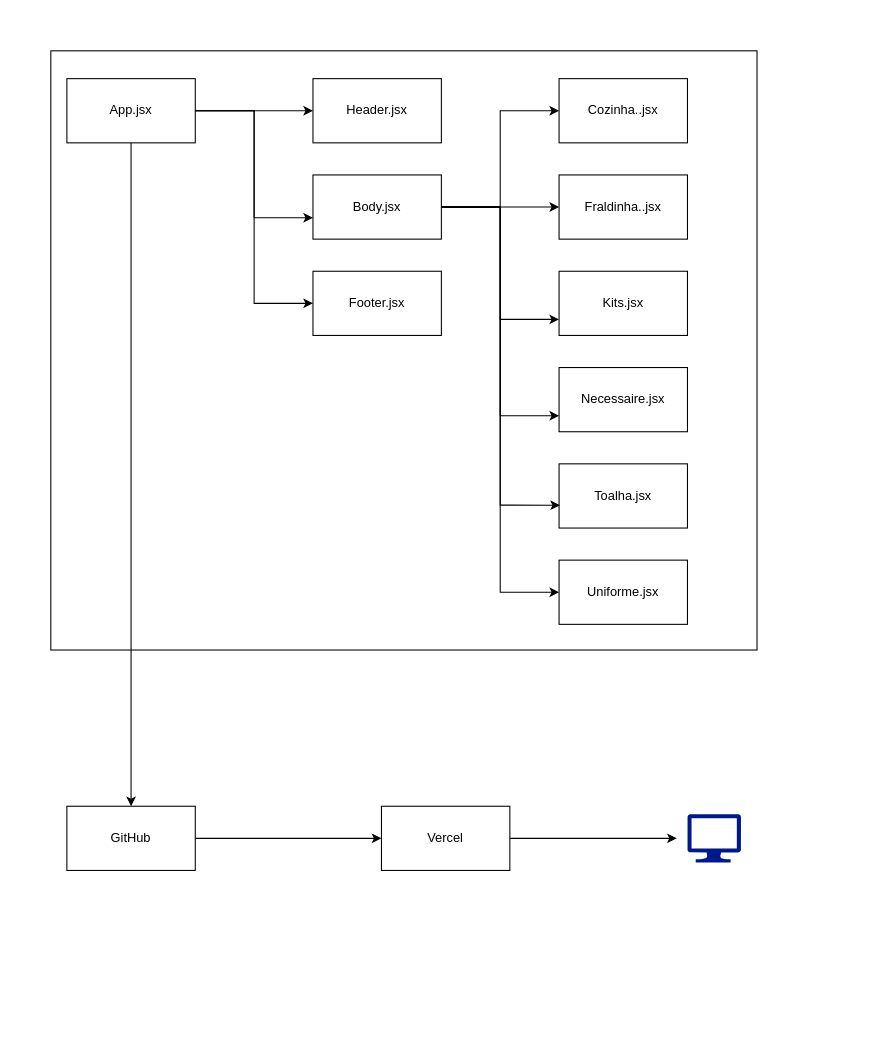
Earlier version of the draw.io diagram Diagrama sem nome.drawio (DevSchoof/Ext_Comput_Nuvem). Source tidied: cells renumbered, new cells numbered last; positions are measured from the earlier drawing's top-left corner, leaving out a move shared by most shapes. Both pictures are drawn from the tidied source at 107%, with x=0, y=0 at pixel (50, 50).
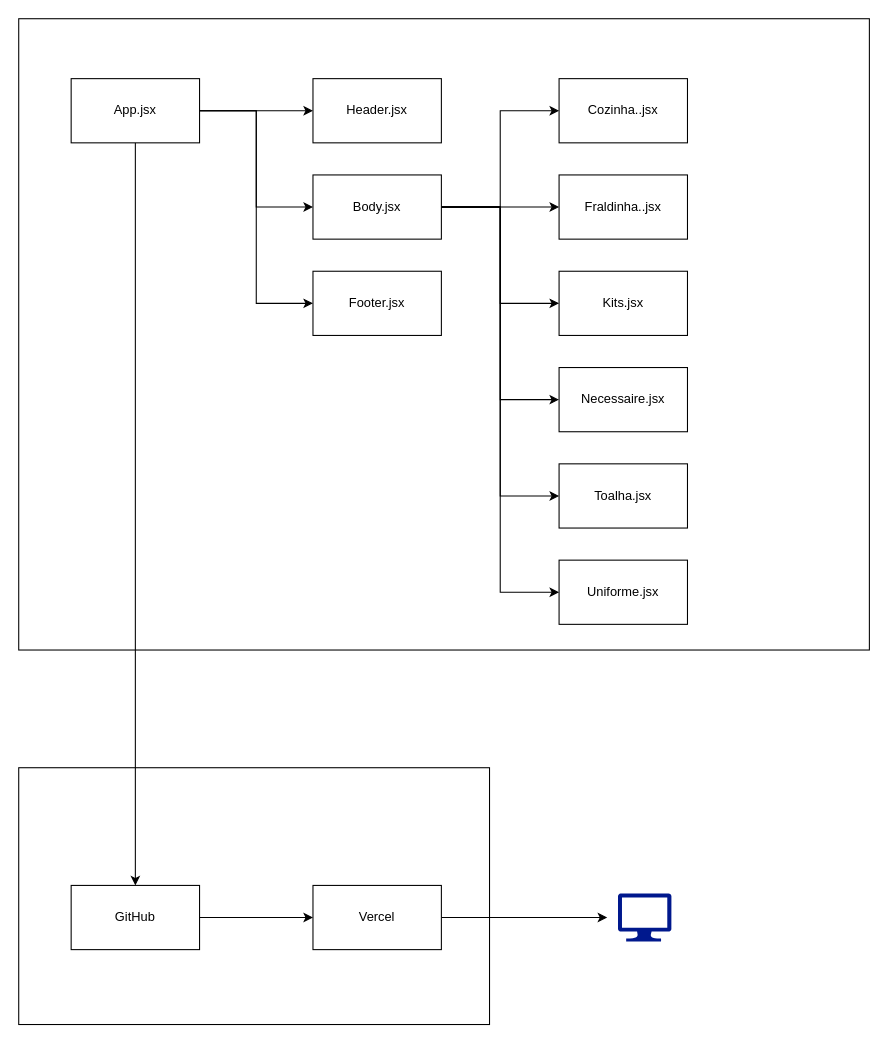
The same page after the edit.

The change refers to these unchanged cells:
```xml
<mxCell id="13" value="Body.jsx" style="rounded=0;whiteSpace=wrap;html=1;" parent="1" vertex="1">
  <mxGeometry x="245" y="116" width="120" height="60" as="geometry" />
</mxCell>
<mxCell id="17" value="Kits.jsx" style="rounded=0;whiteSpace=wrap;html=1;" parent="1" vertex="1">
  <mxGeometry x="475" y="206" width="120" height="60" as="geometry" />
</mxCell>
<mxCell id="18" value="Necessaire.jsx" style="rounded=0;whiteSpace=wrap;html=1;" parent="1" vertex="1">
  <mxGeometry x="475" y="296" width="120" height="60" as="geometry" />
</mxCell>
<mxCell id="19" value="Toalha.jsx" style="rounded=0;whiteSpace=wrap;html=1;" parent="1" vertex="1">
  <mxGeometry x="475" y="386" width="120" height="60" as="geometry" />
</mxCell>
```

The edit, as a diff of the source:
```diff
@@
+    <mxCell id="28" style="rounded=0;whiteSpace=wrap;html=1;" parent="1" vertex="1">
+      <mxGeometry x="-30" y="670" width="440" height="240" as="geometry" />
+    </mxCell>
     <mxCell id="2" style="rounded=0;whiteSpace=wrap;html=1;" parent="1" vertex="1">
-      <mxGeometry width="660" height="560" as="geometry" />
+      <mxGeometry x="-30" y="-30" width="795" height="590" as="geometry" />
     </mxCell>
@@
+    <mxCell id="22" style="edgeStyle=orthogonalEdgeStyle;rounded=0;jettySize=auto;html=1;entryX=0;entryY=0.5;entryDx=0;entryDy=0;" parent="1" edge="1" source="6" target="13">
+      <mxGeometry relative="1" as="geometry" />
+    </mxCell>
     <mxCell id="6" value="App.jsx" style="rounded=0;whiteSpace=wrap;html=1;" parent="1" vertex="1">
-      <mxGeometry x="15" y="26" width="120" height="60" as="geometry" />
+      <mxGeometry x="19" y="26" width="120" height="60" as="geometry" />
     </mxCell>
@@
-    <mxCell id="9" style="edgeStyle=orthogonalEdgeStyle;rounded=0;jettySize=auto;html=1;entryX=0;entryY=0.75;entryDx=0;entryDy=0;" parent="1" edge="1" source="13" target="17">
-      <mxGeometry relative="1" as="geometry" />
-    </mxCell>
-    <mxCell id="10" style="edgeStyle=orthogonalEdgeStyle;rounded=0;jettySize=auto;html=1;entryX=0;entryY=0.75;entryDx=0;entryDy=0;" parent="1" edge="1" source="13" target="18">
-      <mxGeometry relative="1" as="geometry" />
-    </mxCell>
@@
+    <mxCell id="9" style="edgeStyle=orthogonalEdgeStyle;rounded=0;jettySize=auto;html=1;entryX=0;entryY=0.5;entryDx=0;entryDy=0;" parent="1" edge="1" source="13" target="17">
+      <mxGeometry relative="1" as="geometry" />
+    </mxCell>
+    <mxCell id="21" style="edgeStyle=orthogonalEdgeStyle;rounded=0;jettySize=auto;html=1;entryX=0;entryY=0.5;entryDx=0;entryDy=0;" parent="1" edge="1" source="13" target="19">
+      <mxGeometry relative="1" as="geometry" />
+    </mxCell>
+    <mxCell id="10" style="edgeStyle=orthogonalEdgeStyle;rounded=0;jettySize=auto;html=1;entryX=0;entryY=0.5;entryDx=0;entryDy=0;" parent="1" edge="1" source="13" target="18">
+      <mxGeometry relative="1" as="geometry" />
+    </mxCell>
@@
-    <mxCell id="21" style="edgeStyle=orthogonalEdgeStyle;rounded=0;jettySize=auto;html=1;entryX=0.007;entryY=0.644;entryDx=0;entryDy=0;entryPerimeter=0;" parent="1" edge="1" source="13" target="19">
-      <mxGeometry relative="1" as="geometry" />
-    </mxCell>
-    <mxCell id="22" style="edgeStyle=orthogonalEdgeStyle;rounded=0;jettySize=auto;html=1;entryX=0;entryY=0.667;entryDx=0;entryDy=0;entryPerimeter=0;" parent="1" edge="1" source="6" target="13">
-      <mxGeometry relative="1" as="geometry" />
-    </mxCell>
@@
     <mxCell id="24" value="GitHub" style="rounded=0;whiteSpace=wrap;html=1;" parent="1" vertex="1">
-      <mxGeometry x="15" y="706" width="120" height="60" as="geometry" />
+      <mxGeometry x="19" y="780" width="120" height="60" as="geometry" />
     </mxCell>
     <mxCell id="25" style="edgeStyle=orthogonalEdgeStyle;rounded=0;jettySize=auto;html=1;" parent="1" edge="1" source="26">
       <mxGeometry relative="1" as="geometry">
-        <mxPoint x="585" y="736" as="targetPoint" />
+        <mxPoint x="520" y="810" as="targetPoint" />
       </mxGeometry>
     </mxCell>
     <mxCell id="26" value="Vercel" style="rounded=0;whiteSpace=wrap;html=1;" parent="1" vertex="1">
-      <mxGeometry x="309" y="706" width="120" height="60" as="geometry" />
+      <mxGeometry x="245" y="780" width="120" height="60" as="geometry" />
     </mxCell>
     <mxCell id="27" style="sketch=0;shadow=0;dashed=0;html=1;strokeColor=none;labelPosition=center;verticalLabelPosition=bottom;verticalAlign=top;align=center;fillColor=#00188D;shape=mxgraph.azure.computer;" parent="1" vertex="1">
-      <mxGeometry x="595" y="713.5" width="50" height="45" as="geometry" />
+      <mxGeometry x="530" y="787.5" width="50" height="45" as="geometry" />
     </mxCell>
```
